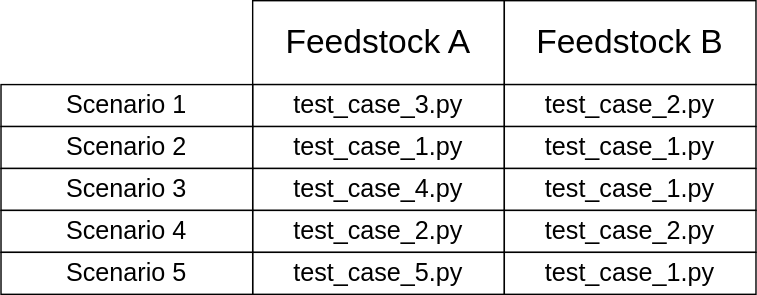
Earlier version of the draw.io export docs/assets/integration-tests/scenarios-shuffle-3-dark.svg (regro/cf-scripts). Source tidied: cells renumbered, new cells last; positions are measured from the earlier drawing's top-left corner, leaving out a move shared by most shapes.
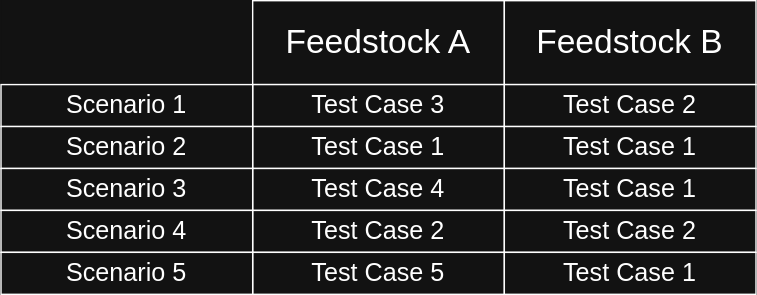
After the commit.

The edit, as a diff of the source:
```diff
@@ -8,34 +8,34 @@
     <mxCell id="3" value="&lt;font style=&quot;font-size: 24px;&quot; face=&quot;Helvetica&quot;&gt;Feedstock B&lt;/font&gt;" style="rounded=0;whiteSpace=wrap;html=1;" parent="1" vertex="1">
       <mxGeometry x="360" width="180" height="60" as="geometry" />
     </mxCell>
-    <mxCell id="4" value="&lt;font style=&quot;font-size: 18px;&quot; face=&quot;Helvetica&quot;&gt;test_case_3.py&lt;/font&gt;" style="rounded=0;whiteSpace=wrap;html=1;fillColor=default;" parent="1" vertex="1">
+    <mxCell id="4" value="&lt;font style=&quot;font-size: 18px;&quot; face=&quot;Helvetica&quot;&gt;Test Case 3&lt;/font&gt;" style="rounded=0;whiteSpace=wrap;html=1;fillColor=default;" parent="1" vertex="1">
       <mxGeometry x="180" y="60" width="180" height="30" as="geometry" />
     </mxCell>
-    <mxCell id="5" value="&lt;font style=&quot;font-size: 18px;&quot; face=&quot;Helvetica&quot;&gt;test_case_1.py&lt;/font&gt;" style="rounded=0;whiteSpace=wrap;html=1;" parent="1" vertex="1">
+    <mxCell id="5" value="&lt;font style=&quot;font-size: 18px;&quot; face=&quot;Helvetica&quot;&gt;Test Case 1&lt;/font&gt;" style="rounded=0;whiteSpace=wrap;html=1;" parent="1" vertex="1">
       <mxGeometry x="180" y="90" width="180" height="30" as="geometry" />
     </mxCell>
-    <mxCell id="6" value="&lt;font style=&quot;font-size: 18px;&quot; face=&quot;Helvetica&quot;&gt;test_case_4.py&lt;/font&gt;" style="rounded=0;whiteSpace=wrap;html=1;fillColor=default;" parent="1" vertex="1">
+    <mxCell id="6" value="&lt;font style=&quot;font-size: 18px;&quot; face=&quot;Helvetica&quot;&gt;Test Case 4&lt;/font&gt;" style="rounded=0;whiteSpace=wrap;html=1;fillColor=default;" parent="1" vertex="1">
       <mxGeometry x="180" y="120" width="180" height="30" as="geometry" />
     </mxCell>
-    <mxCell id="7" value="&lt;font style=&quot;font-size: 18px;&quot; face=&quot;Helvetica&quot;&gt;test_case_2.py&lt;/font&gt;" style="rounded=0;whiteSpace=wrap;html=1;fillColor=default;" parent="1" vertex="1">
+    <mxCell id="7" value="&lt;span style=&quot;font-size: 18px;&quot;&gt;Test Case 2&lt;/span&gt;" style="rounded=0;whiteSpace=wrap;html=1;fillColor=default;" parent="1" vertex="1">
       <mxGeometry x="360" y="60" width="180" height="30" as="geometry" />
     </mxCell>
-    <mxCell id="8" value="&lt;font style=&quot;font-size: 18px;&quot; face=&quot;Helvetica&quot;&gt;test_case_1.py&lt;/font&gt;" style="rounded=0;whiteSpace=wrap;html=1;" parent="1" vertex="1">
+    <mxCell id="8" value="&lt;span style=&quot;font-size: 18px;&quot;&gt;Test Case 1&lt;/span&gt;" style="rounded=0;whiteSpace=wrap;html=1;" parent="1" vertex="1">
       <mxGeometry x="360" y="90" width="180" height="30" as="geometry" />
     </mxCell>
-    <mxCell id="9" value="&lt;font style=&quot;font-size: 18px;&quot; face=&quot;Helvetica&quot;&gt;test_case_2.py&lt;/font&gt;" style="rounded=0;whiteSpace=wrap;html=1;" parent="1" vertex="1">
+    <mxCell id="9" value="&lt;font style=&quot;font-size: 18px;&quot; face=&quot;Helvetica&quot;&gt;Test Case 2&lt;/font&gt;" style="rounded=0;whiteSpace=wrap;html=1;" parent="1" vertex="1">
       <mxGeometry x="180" y="150" width="180" height="30" as="geometry" />
     </mxCell>
-    <mxCell id="10" value="&lt;font style=&quot;font-size: 18px;&quot; face=&quot;Helvetica&quot;&gt;test_case_5.py&lt;/font&gt;" style="rounded=0;whiteSpace=wrap;html=1;fillColor=default;" parent="1" vertex="1">
+    <mxCell id="10" value="&lt;font style=&quot;font-size: 18px;&quot; face=&quot;Helvetica&quot;&gt;Test Case 5&lt;/font&gt;" style="rounded=0;whiteSpace=wrap;html=1;fillColor=default;" parent="1" vertex="1">
       <mxGeometry x="180" y="180" width="180" height="30" as="geometry" />
     </mxCell>
-    <mxCell id="11" value="&lt;font style=&quot;font-size: 18px;&quot; face=&quot;Helvetica&quot;&gt;test_case_1.py&lt;/font&gt;" style="rounded=0;whiteSpace=wrap;html=1;fillColor=default;" parent="1" vertex="1">
+    <mxCell id="11" value="&lt;span style=&quot;font-size: 18px;&quot;&gt;Test Case 1&lt;/span&gt;" style="rounded=0;whiteSpace=wrap;html=1;fillColor=default;" parent="1" vertex="1">
       <mxGeometry x="360" y="120" width="180" height="30" as="geometry" />
     </mxCell>
-    <mxCell id="12" value="&lt;font style=&quot;font-size: 18px;&quot; face=&quot;Helvetica&quot;&gt;test_case_2.py&lt;/font&gt;" style="rounded=0;whiteSpace=wrap;html=1;fillColor=default;" parent="1" vertex="1">
+    <mxCell id="12" value="&lt;span style=&quot;font-size: 18px;&quot;&gt;Test Case 2&lt;/span&gt;" style="rounded=0;whiteSpace=wrap;html=1;fillColor=default;" parent="1" vertex="1">
       <mxGeometry x="360" y="150" width="180" height="30" as="geometry" />
     </mxCell>
-    <mxCell id="13" value="&lt;font style=&quot;font-size: 18px;&quot; face=&quot;Helvetica&quot;&gt;test_case_1.py&lt;/font&gt;" style="rounded=0;whiteSpace=wrap;html=1;fillColor=default;" parent="1" vertex="1">
+    <mxCell id="13" value="&lt;span style=&quot;font-size: 18px;&quot;&gt;Test Case 1&lt;/span&gt;" style="rounded=0;whiteSpace=wrap;html=1;fillColor=default;" parent="1" vertex="1">
       <mxGeometry x="360" y="180" width="180" height="30" as="geometry" />
     </mxCell>
     <mxCell id="14" value="&lt;font style=&quot;font-size: 18px;&quot; face=&quot;Helvetica&quot;&gt;Scenario 1&lt;/font&gt;" style="rounded=0;whiteSpace=wrap;html=1;fillColor=default;" parent="1" vertex="1">
```
